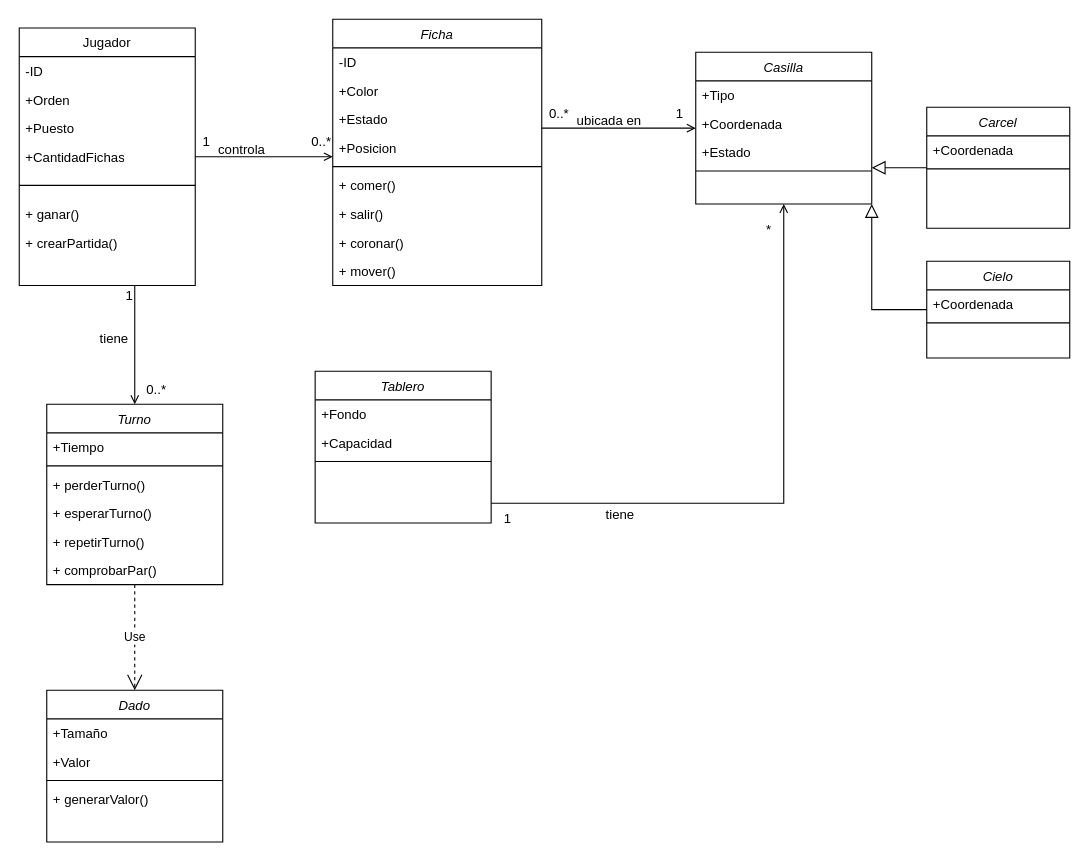
The draw.io diagram Diagrama de Clases.drawio in b0mbillo/ProyectoParques, before the edit. Source tidied: cells renumbered, new cells numbered last; positions are measured from the earlier drawing's top-left corner, leaving out a move shared by most shapes. Both pictures are drawn from the tidied source at 110%, with x=0, y=0 at pixel (19, 19).
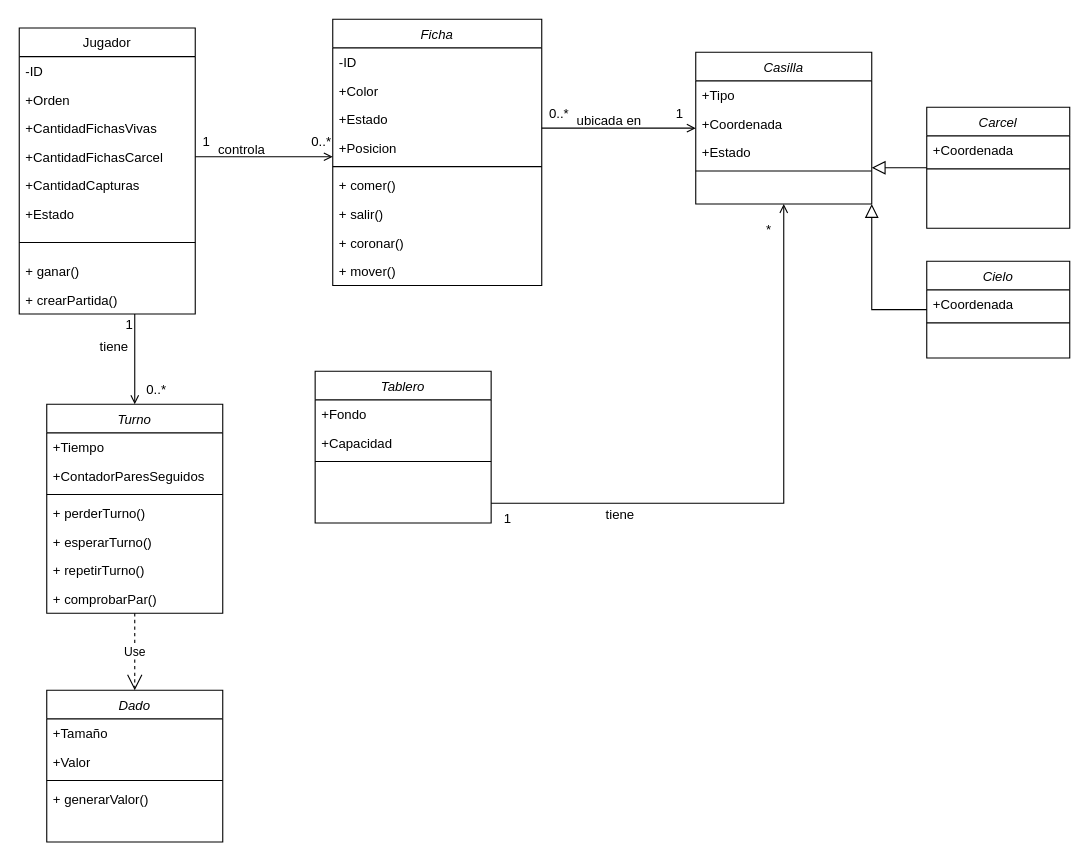
After the change.

Commit message:
Actualizar Atributos

Diff of the diagram source:
```diff
@@
     <mxCell id="13" value="Jugador" style="swimlane;fontStyle=0;align=center;verticalAlign=top;horizontal=1;startSize=26;rounded=0;shadow=0;strokeWidth=1;" parent="1" vertex="1">
-      <mxGeometry y="8" width="160" height="234" as="geometry" />
+      <mxGeometry y="8" width="160" height="260" as="geometry" />
     </mxCell>
@@
-    <mxCell id="16" value="+Puesto" style="text;align=left;verticalAlign=top;spacingLeft=4;spacingRight=4;overflow=hidden;rounded=0;shadow=0;html=0;" parent="13" vertex="1">
-      <mxGeometry y="78" width="160" height="26" as="geometry" />
-    </mxCell>
-    <mxCell id="17" value="+CantidadFichas" style="text;strokeColor=none;fillColor=none;align=left;verticalAlign=top;spacingLeft=4;spacingRight=4;overflow=hidden;whiteSpace=wrap;html=1;" parent="13" vertex="1">
-      <mxGeometry y="104" width="160" height="26" as="geometry" />
+    <mxCell id="17" value="+CantidadFichasVivas" style="text;strokeColor=none;fillColor=none;align=left;verticalAlign=top;spacingLeft=4;spacingRight=4;overflow=hidden;whiteSpace=wrap;html=1;" parent="13" vertex="1">
+      <mxGeometry y="78" width="160" height="26" as="geometry" />
     </mxCell>
+    <mxCell id="66" value="+CantidadFichasCarcel" style="text;strokeColor=none;fillColor=none;align=left;verticalAlign=top;spacingLeft=4;spacingRight=4;overflow=hidden;whiteSpace=wrap;html=1;" parent="13" vertex="1">
+      <mxGeometry y="104" width="160" height="26" as="geometry" />
+    </mxCell>
+    <mxCell id="67" value="+CantidadCapturas" style="text;strokeColor=none;fillColor=none;align=left;verticalAlign=top;spacingLeft=4;spacingRight=4;overflow=hidden;whiteSpace=wrap;html=1;" parent="13" vertex="1">
+      <mxGeometry y="130" width="160" height="26" as="geometry" />
+    </mxCell>
+    <mxCell id="68" value="+Estado&lt;br&gt;" style="text;strokeColor=none;fillColor=none;align=left;verticalAlign=top;spacingLeft=4;spacingRight=4;overflow=hidden;whiteSpace=wrap;html=1;" parent="13" vertex="1">
+      <mxGeometry y="156" width="160" height="26" as="geometry" />
+    </mxCell>
     <mxCell id="18" style="line;html=1;strokeWidth=1;align=left;verticalAlign=middle;spacingTop=-1;spacingLeft=3;spacingRight=3;labelPosition=right;" parent="13" vertex="1">
-      <mxGeometry y="130" width="160" height="26" as="geometry" />
+      <mxGeometry y="182" width="160" height="26" as="geometry" />
     </mxCell>
     <mxCell id="19" value="+ ganar()" style="text;strokeColor=none;fillColor=none;align=left;verticalAlign=top;spacingLeft=4;spacingRight=4;overflow=hidden;whiteSpace=wrap;html=1;" parent="13" vertex="1">
-      <mxGeometry y="156" width="160" height="26" as="geometry" />
+      <mxGeometry y="208" width="160" height="26" as="geometry" />
     </mxCell>
     <mxCell id="20" value="+ crearPartida()" style="text;strokeColor=none;fillColor=none;align=left;verticalAlign=top;spacingLeft=4;spacingRight=4;overflow=hidden;whiteSpace=wrap;html=1;" parent="13" vertex="1">
-      <mxGeometry y="182" width="160" height="26" as="geometry" />
+      <mxGeometry y="234" width="160" height="26" as="geometry" />
     </mxCell>
@@
     <mxCell id="35" value="Turno&#10;" style="swimlane;fontStyle=2;align=center;verticalAlign=top;horizontal=1;startSize=26;rounded=0;shadow=0;strokeWidth=1;" parent="1" vertex="1">
-      <mxGeometry x="25" y="350" width="160" height="164" as="geometry" />
+      <mxGeometry x="25" y="350" width="160" height="190" as="geometry" />
     </mxCell>
@@
+    <mxCell id="69" value="+ContadorParesSeguidos" style="text;strokeColor=none;fillColor=none;align=left;verticalAlign=top;spacingLeft=4;spacingRight=4;overflow=hidden;whiteSpace=wrap;html=1;" parent="35" vertex="1">
+      <mxGeometry y="52" width="160" height="26" as="geometry" />
+    </mxCell>
     <mxCell id="37" style="line;html=1;strokeWidth=1;align=left;verticalAlign=middle;spacingTop=-1;spacingLeft=3;spacingRight=3;labelPosition=right;" parent="35" vertex="1">
-      <mxGeometry y="52" width="160" height="8" as="geometry" />
+      <mxGeometry y="78" width="160" height="8" as="geometry" />
     </mxCell>
     <mxCell id="38" value="+ perderTurno()" style="text;strokeColor=none;fillColor=none;align=left;verticalAlign=top;spacingLeft=4;spacingRight=4;overflow=hidden;whiteSpace=wrap;html=1;" parent="35" vertex="1">
-      <mxGeometry y="60" width="160" height="26" as="geometry" />
+      <mxGeometry y="86" width="160" height="26" as="geometry" />
     </mxCell>
     <mxCell id="39" value="+ esperarTurno()" style="text;strokeColor=none;fillColor=none;align=left;verticalAlign=top;spacingLeft=4;spacingRight=4;overflow=hidden;whiteSpace=wrap;html=1;" parent="35" vertex="1">
-      <mxGeometry y="86" width="160" height="26" as="geometry" />
+      <mxGeometry y="112" width="160" height="26" as="geometry" />
     </mxCell>
     <mxCell id="40" value="+ repetirTurno()" style="text;strokeColor=none;fillColor=none;align=left;verticalAlign=top;spacingLeft=4;spacingRight=4;overflow=hidden;whiteSpace=wrap;html=1;" parent="35" vertex="1">
-      <mxGeometry y="112" width="160" height="26" as="geometry" />
+      <mxGeometry y="138" width="160" height="26" as="geometry" />
     </mxCell>
     <mxCell id="41" value="+ comprobarPar()" style="text;strokeColor=none;fillColor=none;align=left;verticalAlign=top;spacingLeft=4;spacingRight=4;overflow=hidden;whiteSpace=wrap;html=1;" parent="35" vertex="1">
-      <mxGeometry y="138" width="160" height="26" as="geometry" />
+      <mxGeometry y="164" width="160" height="26" as="geometry" />
     </mxCell>
```
